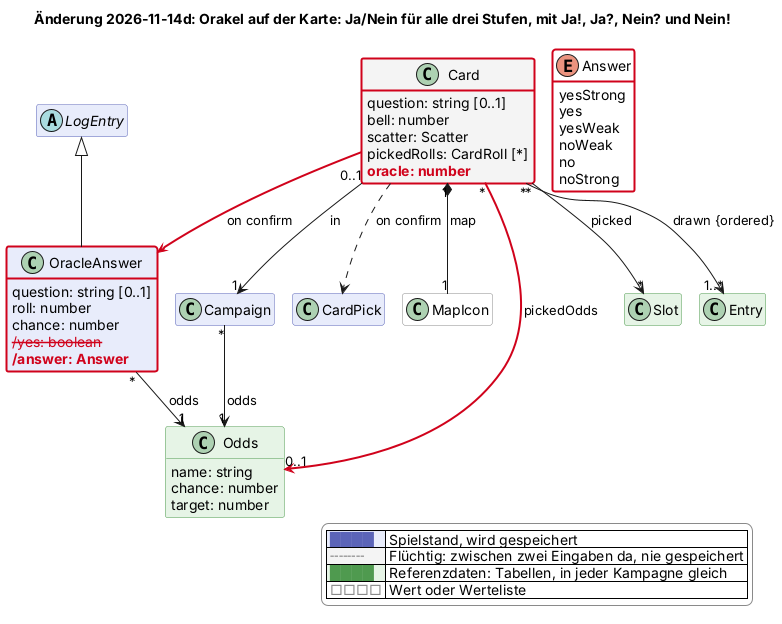
Before: docs/changes/2026-11-14-orakel-auf-der-karte.png, a diagram exported from PlantUML (scuzzar/SRE).
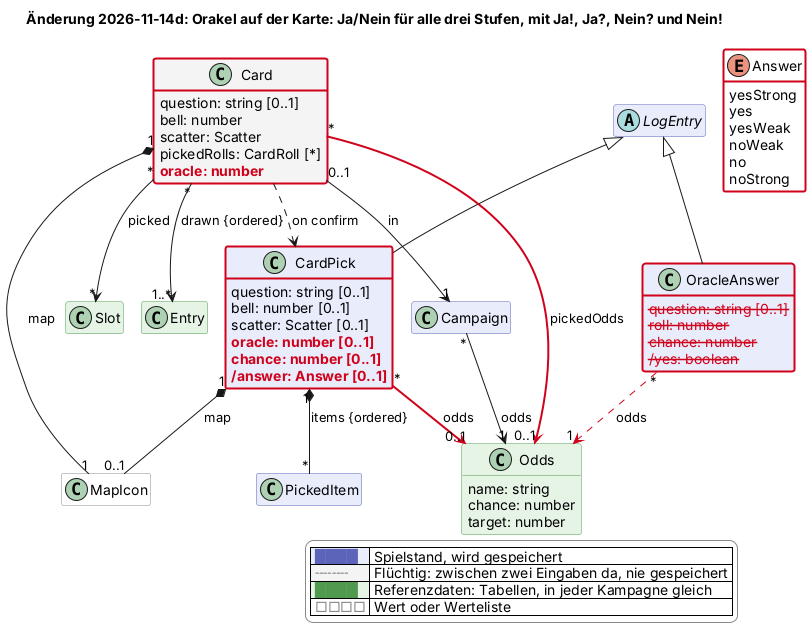
The same diagram one commit later.

Commit message:
Modell und Entwurf: Orakel auf der Karte, neuer Aufbau des Orakel-Screens

Diff of the diagram source:
```diff
@@ -73,13 +73,20 @@
 
   abstract class LogEntry $probe
   class OracleAnswer $karte {
+    $gone("2026-11-14d", "question: string [0..1]")
+    $gone("2026-11-14d", "roll: number")
+    $gone("2026-11-14d", "chance: number")
+    $gone("2026-11-14d", "/yes: boolean")
+  }
+  class CardPick $karte {
     question: string [0..1]
-    roll: number
-    chance: number
-    $gone("2026-11-14d", "/yes: boolean")
-    $new("2026-11-14d", "/answer: Answer")
+    bell: number [0..1]
+    scatter: Scatter [0..1]
+    $new("2026-11-14d", "oracle: number [0..1]")
+    $new("2026-11-14d", "chance: number [0..1]")
+    $new("2026-11-14d", "/answer: Answer [0..1]")
   }
-  class CardPick $karte
+  class PickedItem $karte
 
 
   class Card <<transient>> $karte {
@@ -116,7 +123,10 @@
 
 
 LogEntry <|-- OracleAnswer
-OracleAnswer "*" --> "1" Odds : odds
+LogEntry <|-- CardPick
+CardPick "1" *-- "*" PickedItem : items {ordered}
+CardPick "1" *-- "0..1" MapIcon : map
+OracleAnswer "*" -$goneArrow("2026-11-14d")-> "1" Odds : odds
 
 
 
@@ -125,7 +135,7 @@
 Card "*" --> "1..*" Entry : drawn {ordered}
 Card "*" --> "*" Slot : picked
 Card ..> CardPick : on confirm
-Card .$newArrow("2026-11-14d").> OracleAnswer : on confirm
+CardPick "*" -$newArrow("2026-11-14d")-> "0..1" Odds : odds
 Card "*" -$newArrow("2026-11-14d")-> "0..1" Odds : pickedOdds
 Card "1" *-- "1" MapIcon : map
 
@@ -137,5 +147,6 @@
   |<#ffffff> <color:#8a8a8a>□□□□</color> | Wert oder Werteliste |
 endlegend
 class OracleAnswer #line:d0021b;line.bold
+class CardPick #line:d0021b;line.bold
 class Card #line:d0021b;line.bold
 @enduml
```
